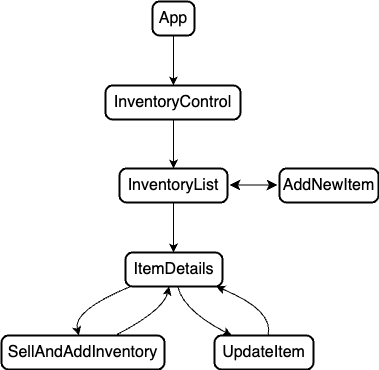
The draw.io diagram Diagram2.png in jcarenza67/Coffee-House, before a commit. Source tidied: cells renumbered, new cells last; positions are measured from the earlier drawing's top-left corner, leaving out a move shared by most shapes.
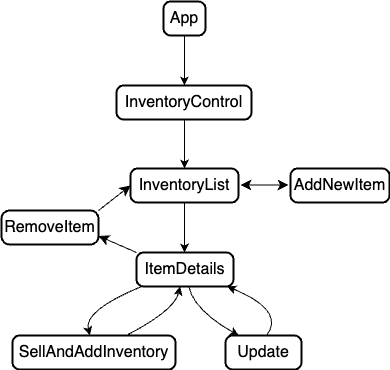
The same file after the commit.

Commit message:
change 1 to 5 on selling and adding quantity WIP will be updating diagram as i go

Change to the diagram source:
```diff
@@ -11,14 +11,17 @@
     <mxCell id="4" value="InventoryList" style="rounded=1;absoluteArcSize=1;arcSize=14;whiteSpace=wrap;strokeWidth=2;fontSize=16;" parent="1" vertex="1">
       <mxGeometry x="118" y="167" width="108" height="34" as="geometry" />
     </mxCell>
+    <mxCell id="17" style="edgeStyle=none;curved=1;rounded=0;jettySize=auto;html=1;exitX=0;exitY=0;exitDx=0;exitDy=0;entryX=1;entryY=0.75;entryDx=0;entryDy=0;fontSize=12;startSize=8;endSize=8;" parent="1" edge="1" source="5" target="19">
+      <mxGeometry relative="1" as="geometry" />
+    </mxCell>
     <mxCell id="5" value="ItemDetails" style="rounded=1;absoluteArcSize=1;arcSize=14;whiteSpace=wrap;strokeWidth=2;fontSize=16;" parent="1" vertex="1">
       <mxGeometry x="124" y="251" width="97" height="34" as="geometry" />
     </mxCell>
     <mxCell id="6" value="SellAndAddInventory" style="rounded=1;absoluteArcSize=1;arcSize=14;whiteSpace=wrap;strokeWidth=2;fontSize=16;" parent="1" vertex="1">
       <mxGeometry y="334" width="163" height="34" as="geometry" />
     </mxCell>
-    <mxCell id="7" value="UpdateItem" style="rounded=1;absoluteArcSize=1;arcSize=14;whiteSpace=wrap;strokeWidth=2;fontSize=16;" parent="1" vertex="1">
-      <mxGeometry x="213" y="334" width="99" height="34" as="geometry" />
+    <mxCell id="7" value="Update" style="rounded=1;absoluteArcSize=1;arcSize=14;whiteSpace=wrap;strokeWidth=2;fontSize=16;" parent="1" vertex="1">
+      <mxGeometry x="213" y="334" width="76" height="34" as="geometry" />
     </mxCell>
     <mxCell id="8" style="curved=1;startArrow=none;exitX=0.49855840773809523;exitY=0.9852941176470589;entryX=0.5032552083333334;entryY=-0.014705882352941176;rounded=0;fontSize=12;" parent="1" edge="1" source="2" target="3">
       <mxGeometry relative="1" as="geometry" />
@@ -66,5 +69,11 @@
         <mxPoint x="276" y="183.5" as="targetPoint" />
       </mxGeometry>
     </mxCell>
+    <mxCell id="18" style="edgeStyle=none;curved=1;rounded=0;jettySize=auto;html=1;exitX=1;exitY=0;exitDx=0;exitDy=0;entryX=0;entryY=0.5;entryDx=0;entryDy=0;fontSize=12;startSize=8;endSize=8;" parent="1" edge="1" source="19" target="4">
+      <mxGeometry relative="1" as="geometry" />
+    </mxCell>
+    <mxCell id="19" value="RemoveItem" style="rounded=1;absoluteArcSize=1;arcSize=16;whiteSpace=wrap;strokeWidth=2;fontSize=16;" parent="1" vertex="1">
+      <mxGeometry x="-11" y="209" width="97" height="34" as="geometry" />
+    </mxCell>
   </root>
 </mxGraphModel>
```
